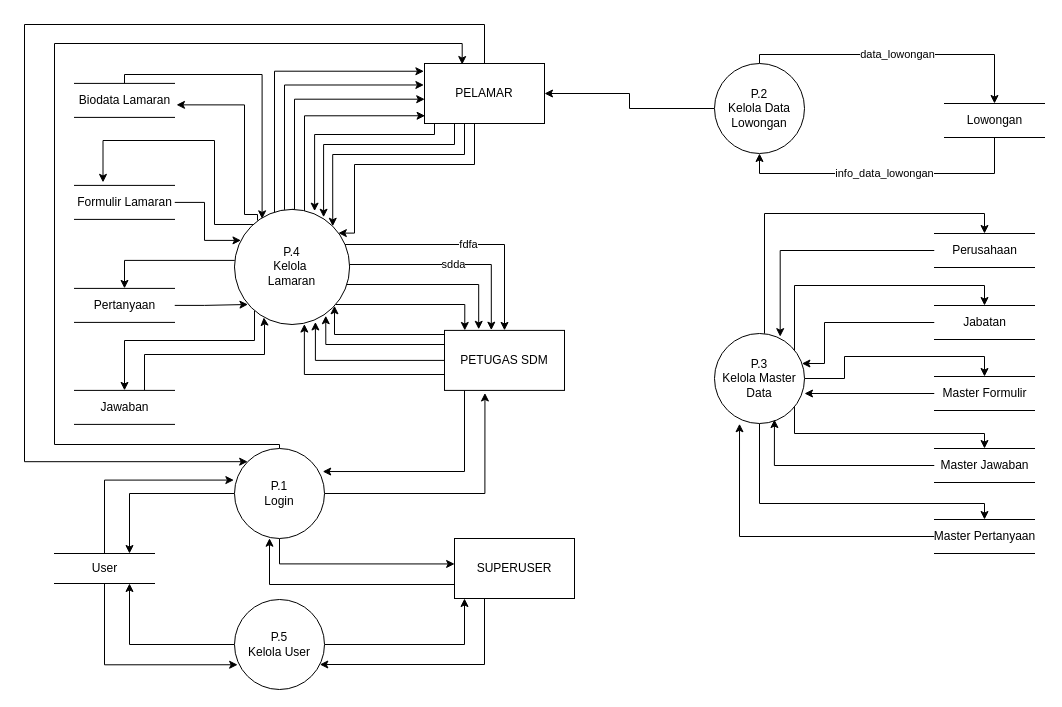
Earlier version of the draw.io diagram page "DFD 0" (2 of 7) of DFD v2.drawio (keys2505/tugas-akhir). Source tidied: cells renumbered, new cells numbered last; positions are measured from the earlier drawing's top-left corner, leaving out a move shared by most shapes. Both pictures are drawn from the tidied source at 100%, with x=0, y=0 at pixel (24, 24).
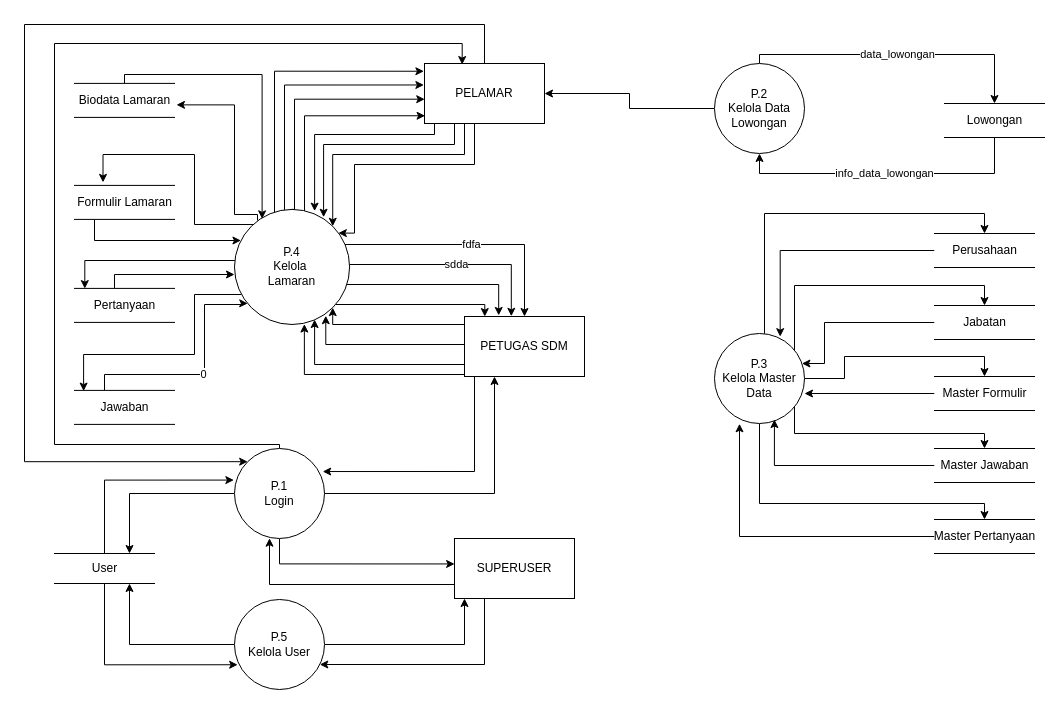
The same page after the edit.

The change refers to these unchanged cells:
```xml
<mxCell id="6" value="&lt;div&gt;P.1&lt;/div&gt;&lt;div&gt;Login&lt;br&gt;&lt;/div&gt;" style="ellipse;whiteSpace=wrap;html=1;" parent="1" vertex="1">
  <mxGeometry x="210" y="424" width="90" height="90" as="geometry" />
</mxCell>
<mxCell id="48" value="&lt;div&gt;P.4&lt;/div&gt;&lt;div&gt;Kelola&amp;nbsp;&lt;/div&gt;&lt;div&gt;&lt;span style=&quot;background-color: initial;&quot;&gt;Lamaran&lt;/span&gt;&lt;br&gt;&lt;/div&gt;" style="ellipse;whiteSpace=wrap;html=1;" parent="1" vertex="1">
  <mxGeometry x="210" y="184.9" width="115.1" height="115.1" as="geometry" />
</mxCell>
<mxCell id="53" value="Formulir Lamaran" style="html=1;dashed=0;whitespace=wrap;shape=partialRectangle;right=0;left=0;" parent="1" vertex="1">
  <mxGeometry x="50" y="160.9" width="100" height="34" as="geometry" />
</mxCell>
<mxCell id="55" value="Biodata Lamaran" style="html=1;dashed=0;whitespace=wrap;shape=partialRectangle;right=0;left=0;" parent="1" vertex="1">
  <mxGeometry x="50" y="58.9" width="100" height="34" as="geometry" />
</mxCell>
<mxCell id="63" value="Pertanyaan" style="html=1;dashed=0;whitespace=wrap;shape=partialRectangle;right=0;left=0;" parent="1" vertex="1">
  <mxGeometry x="50" y="263.9" width="100" height="34" as="geometry" />
</mxCell>
<mxCell id="65" value="Jawaban" style="html=1;dashed=0;whitespace=wrap;shape=partialRectangle;right=0;left=0;" parent="1" vertex="1">
  <mxGeometry x="50" y="365.9" width="100" height="34" as="geometry" />
</mxCell>
```

Change to the diagram source:
```diff
@@
-    <mxCell id="4" style="edgeStyle=orthogonalEdgeStyle;rounded=0;jettySize=auto;html=1;entryX=0.337;entryY=1.043;entryDx=0;entryDy=0;entryPerimeter=0;" parent="1" edge="1" source="6" target="12">
-      <mxGeometry relative="1" as="geometry" />
+    <mxCell id="4" style="edgeStyle=orthogonalEdgeStyle;rounded=0;jettySize=auto;html=1;" parent="1" edge="1" source="6" target="12">
+      <mxGeometry relative="1" as="geometry">
+        <Array as="points">
+          <mxPoint x="470" y="469" />
+        </Array>
+      </mxGeometry>
     </mxCell>
@@
     <mxCell id="7" style="edgeStyle=orthogonalEdgeStyle;rounded=0;jettySize=auto;html=1;entryX=0.98;entryY=0.256;entryDx=0;entryDy=0;entryPerimeter=0;" parent="1" edge="1" source="12" target="6">
       <mxGeometry relative="1" as="geometry">
         <Array as="points">
-          <mxPoint x="440" y="447" />
+          <mxPoint x="450" y="447" />
         </Array>
       </mxGeometry>
     </mxCell>
-    <mxCell id="8" style="edgeStyle=orthogonalEdgeStyle;rounded=0;jettySize=auto;html=1;" parent="1" edge="1" source="12" target="48">
+    <mxCell id="8" style="edgeStyle=orthogonalEdgeStyle;rounded=0;jettySize=auto;html=1;entryX=1;entryY=1;entryDx=0;entryDy=0;" parent="1" edge="1" source="12" target="48">
       <mxGeometry relative="1" as="geometry">
         <Array as="points">
-          <mxPoint x="310" y="310" />
+          <mxPoint x="308" y="300" />
         </Array>
       </mxGeometry>
     </mxCell>
@@
-    <mxCell id="10" style="edgeStyle=orthogonalEdgeStyle;rounded=0;jettySize=auto;html=1;entryX=0.703;entryY=0.978;entryDx=0;entryDy=0;entryPerimeter=0;" parent="1" edge="1" source="12" target="48">
-      <mxGeometry relative="1" as="geometry" />
+    <mxCell id="10" style="edgeStyle=orthogonalEdgeStyle;rounded=0;jettySize=auto;html=1;entryX=0.696;entryY=0.957;entryDx=0;entryDy=0;entryPerimeter=0;" parent="1" edge="1" source="12" target="48">
+      <mxGeometry relative="1" as="geometry">
+        <Array as="points">
+          <mxPoint x="290" y="340" />
+        </Array>
+      </mxGeometry>
     </mxCell>
@@
     <mxCell id="12" value="PETUGAS SDM" style="rounded=0;whiteSpace=wrap;html=1;" parent="1" vertex="1">
-      <mxGeometry x="420" y="305.9" width="120" height="60" as="geometry" />
+      <mxGeometry x="440" y="292" width="120" height="60" as="geometry" />
     </mxCell>
@@
     <mxCell id="36" style="edgeStyle=orthogonalEdgeStyle;rounded=0;jettySize=auto;html=1;" parent="1" edge="1" source="48">
       <mxGeometry relative="1" as="geometry">
         <mxPoint x="78.5" y="157.9" as="targetPoint" />
         <Array as="points">
-          <mxPoint x="190" y="200" />
-          <mxPoint x="190" y="116" />
-          <mxPoint x="78" y="116" />
+          <mxPoint x="170" y="200" />
+          <mxPoint x="170" y="130" />
+          <mxPoint x="79" y="130" />
         </Array>
       </mxGeometry>
     </mxCell>
-    <mxCell id="37" style="edgeStyle=orthogonalEdgeStyle;rounded=0;jettySize=auto;html=1;entryX=0.5;entryY=0;entryDx=0;entryDy=0;" parent="1" edge="1" source="48" target="63">
+    <mxCell id="37" style="edgeStyle=orthogonalEdgeStyle;rounded=0;jettySize=auto;html=1;entryX=0.103;entryY=0.006;entryDx=0;entryDy=0;entryPerimeter=0;" parent="1" edge="1" source="48" target="63">
       <mxGeometry relative="1" as="geometry">
         <Array as="points">
-          <mxPoint x="100" y="235.9" />
+          <mxPoint x="60" y="236" />
+          <mxPoint x="60" y="264" />
+          <mxPoint x="60" y="264" />
         </Array>
       </mxGeometry>
     </mxCell>
-    <mxCell id="38" style="edgeStyle=orthogonalEdgeStyle;rounded=0;jettySize=auto;html=1;entryX=0.5;entryY=0;entryDx=0;entryDy=0;" parent="1" edge="1" source="48" target="65">
+    <mxCell id="38" style="edgeStyle=orthogonalEdgeStyle;rounded=0;jettySize=auto;html=1;entryX=0.091;entryY=0.02;entryDx=0;entryDy=0;entryPerimeter=0;" parent="1" edge="1" source="48" target="65">
       <mxGeometry relative="1" as="geometry">
         <Array as="points">
-          <mxPoint x="230" y="316" />
-          <mxPoint x="100" y="316" />
+          <mxPoint x="170" y="270" />
+          <mxPoint x="170" y="330" />
+          <mxPoint x="60" y="330" />
+          <mxPoint x="60" y="367" />
         </Array>
       </mxGeometry>
     </mxCell>
@@
     <mxCell id="42" style="edgeStyle=orthogonalEdgeStyle;rounded=0;jettySize=auto;html=1;exitX=0.2;exitY=0.097;exitDx=0;exitDy=0;exitPerimeter=0;entryX=1.02;entryY=0.631;entryDx=0;entryDy=0;entryPerimeter=0;" parent="1" edge="1" source="48" target="55">
       <mxGeometry relative="1" as="geometry">
         <Array as="points">
           <mxPoint x="233" y="190" />
-          <mxPoint x="220" y="190" />
-          <mxPoint x="220" y="80" />
+          <mxPoint x="210" y="190" />
+          <mxPoint x="210" y="80" />
         </Array>
       </mxGeometry>
     </mxCell>
@@
     <mxCell id="44" value="fdfa" style="edgeStyle=orthogonalEdgeStyle;rounded=0;jettySize=auto;html=1;entryX=0.5;entryY=0;entryDx=0;entryDy=0;" parent="1" edge="1" source="48" target="12">
       <mxGeometry relative="1" as="geometry">
         <Array as="points">
-          <mxPoint x="480" y="220" />
+          <mxPoint x="500" y="220" />
         </Array>
       </mxGeometry>
     </mxCell>
     <mxCell id="45" value="sdda" style="edgeStyle=orthogonalEdgeStyle;rounded=0;jettySize=auto;html=1;entryX=0.39;entryY=-0.004;entryDx=0;entryDy=0;entryPerimeter=0;" parent="1" edge="1" source="48" target="12">
       <mxGeometry relative="1" as="geometry">
         <Array as="points">
-          <mxPoint x="467" y="240" />
+          <mxPoint x="487" y="240" />
+          <mxPoint x="487" y="292" />
         </Array>
       </mxGeometry>
     </mxCell>
     <mxCell id="46" style="edgeStyle=orthogonalEdgeStyle;rounded=0;jettySize=auto;html=1;entryX=0.285;entryY=-0.018;entryDx=0;entryDy=0;entryPerimeter=0;" parent="1" edge="1" source="48" target="12">
       <mxGeometry relative="1" as="geometry">
         <Array as="points">
-          <mxPoint x="454" y="260" />
+          <mxPoint x="474" y="260" />
+          <mxPoint x="474" y="291" />
         </Array>
       </mxGeometry>
     </mxCell>
     <mxCell id="47" style="edgeStyle=orthogonalEdgeStyle;rounded=0;jettySize=auto;html=1;entryX=0.169;entryY=0.001;entryDx=0;entryDy=0;entryPerimeter=0;" parent="1" edge="1" source="48" target="12">
       <mxGeometry relative="1" as="geometry">
         <Array as="points">
-          <mxPoint x="440" y="280" />
+          <mxPoint x="460" y="280" />
+          <mxPoint x="460" y="292" />
         </Array>
       </mxGeometry>
     </mxCell>
@@
     <mxCell id="52" style="edgeStyle=orthogonalEdgeStyle;rounded=0;jettySize=auto;html=1;" parent="1" edge="1" source="53" target="48">
       <mxGeometry relative="1" as="geometry">
         <Array as="points">
-          <mxPoint x="180" y="177.9" />
-          <mxPoint x="180" y="215.9" />
+          <mxPoint x="70" y="216" />
         </Array>
       </mxGeometry>
     </mxCell>
@@
-    <mxCell id="62" style="edgeStyle=orthogonalEdgeStyle;rounded=0;jettySize=auto;html=1;entryX=0.117;entryY=0.826;entryDx=0;entryDy=0;entryPerimeter=0;" parent="1" edge="1" source="63" target="48">
-      <mxGeometry relative="1" as="geometry" />
+    <mxCell id="62" style="edgeStyle=orthogonalEdgeStyle;rounded=0;jettySize=auto;html=1;" parent="1" edge="1" source="63">
+      <mxGeometry relative="1" as="geometry">
+        <mxPoint x="210" y="250" as="targetPoint" />
+        <Array as="points">
+          <mxPoint x="90" y="250" />
+        </Array>
+      </mxGeometry>
     </mxCell>
@@
-    <mxCell id="64" style="edgeStyle=orthogonalEdgeStyle;rounded=0;jettySize=auto;html=1;entryX=0.255;entryY=0.938;entryDx=0;entryDy=0;entryPerimeter=0;" parent="1" edge="1" source="65" target="48">
+    <mxCell id="64" value="0" style="edgeStyle=orthogonalEdgeStyle;rounded=0;jettySize=auto;html=1;entryX=0.115;entryY=0.817;entryDx=0;entryDy=0;entryPerimeter=0;" parent="1" edge="1" source="65" target="48">
       <mxGeometry relative="1" as="geometry">
         <Array as="points">
-          <mxPoint x="120" y="330" />
-          <mxPoint x="240" y="330" />
-          <mxPoint x="240" y="300" />
-          <mxPoint x="239" y="300" />
+          <mxPoint x="80" y="350" />
+          <mxPoint x="180" y="350" />
+          <mxPoint x="180" y="280" />
+          <mxPoint x="220" y="280" />
+          <mxPoint x="220" y="279" />
         </Array>
       </mxGeometry>
     </mxCell>
```
